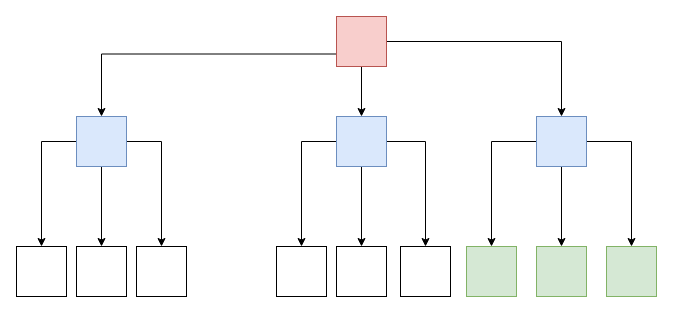
flavioanjos/ImageBind keeps this draw.io diagram as Diagrama sem nome.drawio. Above is the earlier version. Source tidied: cells renumbered, new cells numbered last; positions are measured from the earlier drawing's top-left corner, leaving out a move shared by most shapes. Both pictures are drawn from the tidied source at 100%, with x=0, y=0 at pixel (16, 16).
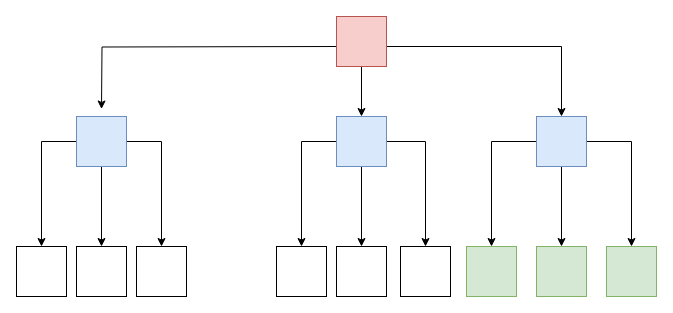
The same diagram, later.

Unchanged cells that the change refers to:
```xml
<mxCell id="5" style="whiteSpace=wrap;html=1;fillColor=#f8cecc;strokeColor=#b85450;" parent="1" vertex="1">
  <mxGeometry x="320" width="50" height="50" as="geometry" />
</mxCell>
<mxCell id="9" style="whiteSpace=wrap;html=1;fillColor=#dae8fc;strokeColor=#6c8ebf;" parent="1" vertex="1">
  <mxGeometry x="60" y="100" width="50" height="50" as="geometry" />
</mxCell>
<mxCell id="17" style="whiteSpace=wrap;html=1;fillColor=#dae8fc;strokeColor=#6c8ebf;" parent="1" vertex="1">
  <mxGeometry x="520" y="100" width="50" height="50" as="geometry" />
</mxCell>
```

What changed in the source:
```diff
@@
     <mxCell id="2" style="edgeStyle=orthogonalEdgeStyle;rounded=0;jettySize=auto;html=1;exitX=1;exitY=0.5;exitDx=0;exitDy=0;" parent="1" edge="1" source="5" target="17">
-      <mxGeometry relative="1" as="geometry" />
+      <mxGeometry relative="1" as="geometry">
+        <Array as="points">
+          <mxPoint x="370" y="30" />
+          <mxPoint x="545" y="30" />
+        </Array>
+      </mxGeometry>
     </mxCell>
@@
-    <mxCell id="4" style="edgeStyle=orthogonalEdgeStyle;rounded=0;jettySize=auto;html=1;exitX=0;exitY=0.75;exitDx=0;exitDy=0;" parent="1" edge="1" source="5" target="9">
-      <mxGeometry relative="1" as="geometry" />
+    <mxCell id="4" style="edgeStyle=orthogonalEdgeStyle;rounded=0;orthogonalLoop=1;jettySize=auto;html=1;exitX=0;exitY=0.75;exitDx=0;exitDy=0;" parent="1" edge="1">
+      <mxGeometry relative="1" as="geometry">
+        <mxPoint x="320" y="30" as="sourcePoint" />
+        <mxPoint x="85" y="92.5" as="targetPoint" />
+      </mxGeometry>
     </mxCell>
```
